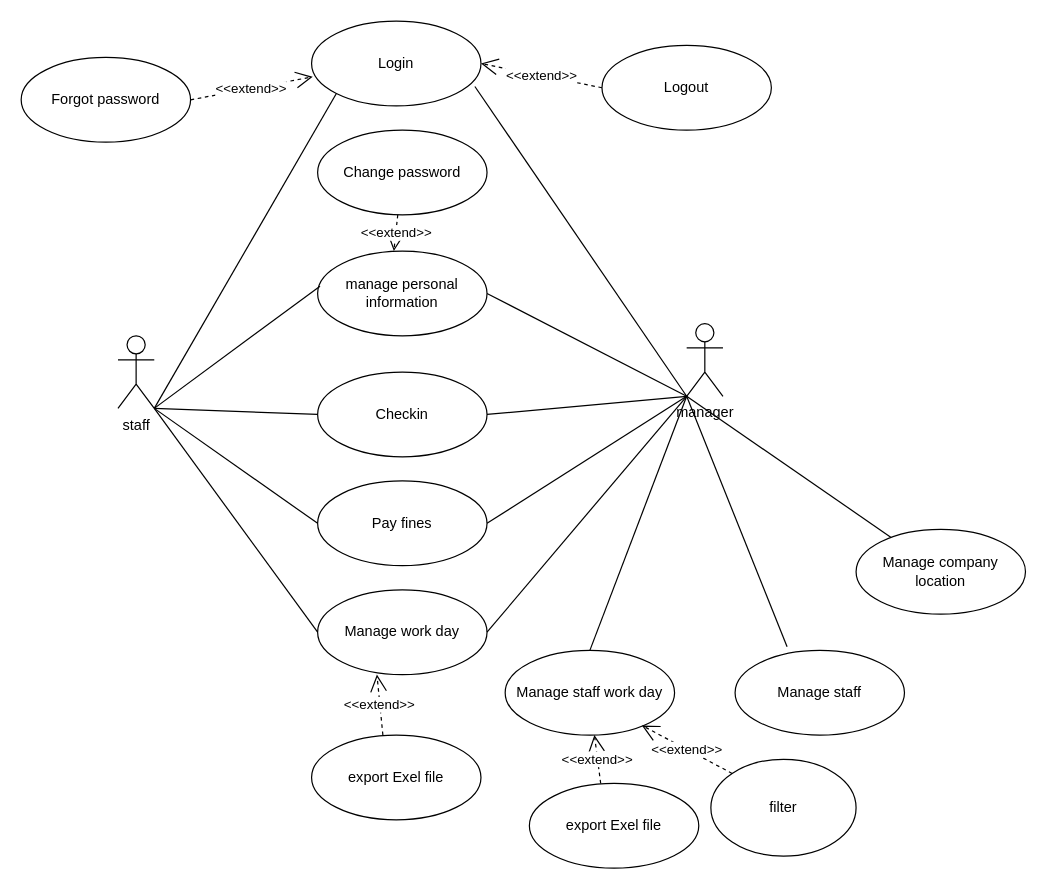
manhtoan1312/Check-in-Website keeps this draw.io diagram as documents/Use case diagram.drawio. Above is the earlier version. Source tidied: cells renumbered, new cells numbered last; positions are measured from the earlier drawing's top-left corner, leaving out a move shared by most shapes. Both pictures are drawn from the tidied source at 121%, with x=0, y=0 at pixel (21, 21).
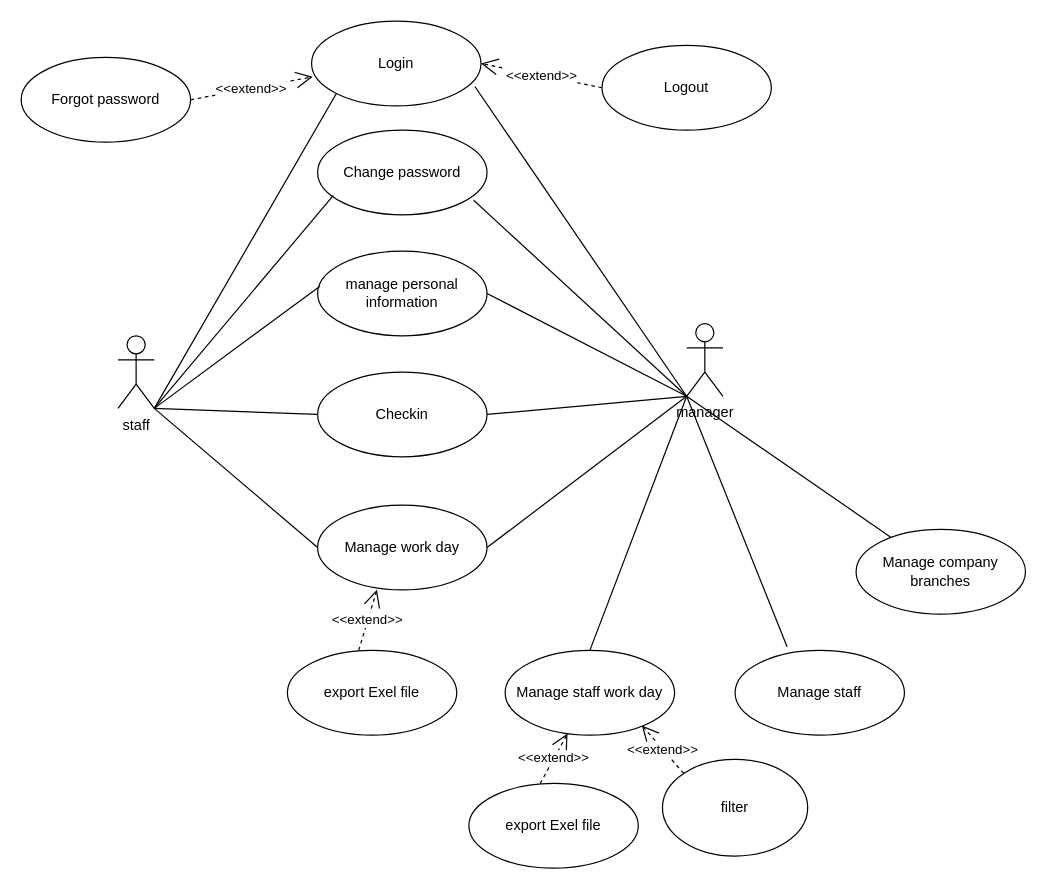
The same diagram, later.

The change refers to these unchanged cells:
```xml
<mxCell id="2" value="staff" style="shape=umlActor;verticalLabelPosition=bottom;verticalAlign=top;html=1;" parent="1" vertex="1">
  <mxGeometry x="80" y="260" width="30" height="60" as="geometry" />
</mxCell>
<mxCell id="3" value="manager" style="shape=umlActor;verticalLabelPosition=bottom;verticalAlign=top;html=1;" parent="1" vertex="1">
  <mxGeometry x="550" y="250" width="30" height="60" as="geometry" />
</mxCell>
<mxCell id="9" value="manage personal information" style="ellipse;whiteSpace=wrap;html=1;" parent="1" vertex="1">
  <mxGeometry x="245" y="190" width="140" height="70" as="geometry" />
</mxCell>
<mxCell id="10" value="Change password" style="ellipse;whiteSpace=wrap;html=1;" parent="1" vertex="1">
  <mxGeometry x="245" y="90" width="140" height="70" as="geometry" />
</mxCell>
```

Diff of the diagram source:
```diff
@@
-    <mxCell id="11" value="&amp;lt;&amp;lt;extend&amp;gt;&amp;gt;" style="endArrow=open;endSize=12;dashed=1;html=1;rounded=0;entryX=0.45;entryY=0;entryDx=0;entryDy=0;entryPerimeter=0;" parent="1" edge="1" source="10" target="9">
-      <mxGeometry relative="1" as="geometry" />
-    </mxCell>
@@
-    <mxCell id="14" value="Pay fines" style="ellipse;whiteSpace=wrap;html=1;" parent="1" vertex="1">
-      <mxGeometry x="245" y="380" width="140" height="70" as="geometry" />
-    </mxCell>
     <mxCell id="15" value="Manage work day" style="ellipse;whiteSpace=wrap;html=1;" parent="1" vertex="1">
-      <mxGeometry x="245" y="470" width="140" height="70" as="geometry" />
+      <mxGeometry x="245" y="400" width="140" height="70" as="geometry" />
     </mxCell>
@@
-    <mxCell id="17" value="Manage company location" style="ellipse;whiteSpace=wrap;html=1;" parent="1" vertex="1">
+    <mxCell id="17" value="Manage company branches" style="ellipse;whiteSpace=wrap;html=1;" parent="1" vertex="1">
       <mxGeometry x="690" y="420" width="140" height="70" as="geometry" />
     </mxCell>
     <mxCell id="18" value="export Exel file" style="ellipse;whiteSpace=wrap;html=1;" parent="1" vertex="1">
-      <mxGeometry x="240" y="590" width="140" height="70" as="geometry" />
+      <mxGeometry x="220" y="520" width="140" height="70" as="geometry" />
     </mxCell>
@@
     <mxCell id="20" value="export Exel file" style="ellipse;whiteSpace=wrap;html=1;" parent="1" vertex="1">
-      <mxGeometry x="420" y="630" width="140" height="70" as="geometry" />
+      <mxGeometry x="370" y="630" width="140" height="70" as="geometry" />
     </mxCell>
@@
-    <mxCell id="25" style="endArrow=none;html=1;rounded=0;exitX=1;exitY=1;exitDx=0;exitDy=0;exitPerimeter=0;entryX=0;entryY=0.5;entryDx=0;entryDy=0;" parent="1" edge="1" source="2" target="14">
-      <mxGeometry relative="1" as="geometry" />
-    </mxCell>
@@
-    <mxCell id="30" style="endArrow=none;html=1;rounded=0;entryX=0;entryY=1;entryDx=0;entryDy=0;entryPerimeter=0;exitX=1;exitY=0.5;exitDx=0;exitDy=0;" parent="1" edge="1" source="14" target="3">
-      <mxGeometry relative="1" as="geometry" />
-    </mxCell>
@@
     <mxCell id="35" value="filter" style="ellipse;whiteSpace=wrap;html=1;" parent="1" vertex="1">
-      <mxGeometry x="570" y="610" width="120" height="80" as="geometry" />
+      <mxGeometry x="530" y="610" width="120" height="80" as="geometry" />
     </mxCell>
@@
+    <mxCell id="37" style="endArrow=none;html=1;rounded=0;exitX=1;exitY=1;exitDx=0;exitDy=0;exitPerimeter=0;entryX=0.093;entryY=0.771;entryDx=0;entryDy=0;entryPerimeter=0;" parent="1" edge="1" source="2" target="10">
+      <mxGeometry relative="1" as="geometry" />
+    </mxCell>
+    <mxCell id="38" style="endArrow=none;html=1;rounded=0;exitX=0;exitY=1;exitDx=0;exitDy=0;exitPerimeter=0;entryX=0.921;entryY=0.829;entryDx=0;entryDy=0;entryPerimeter=0;" parent="1" edge="1" source="3" target="10">
+      <mxGeometry relative="1" as="geometry" />
+    </mxCell>
```
